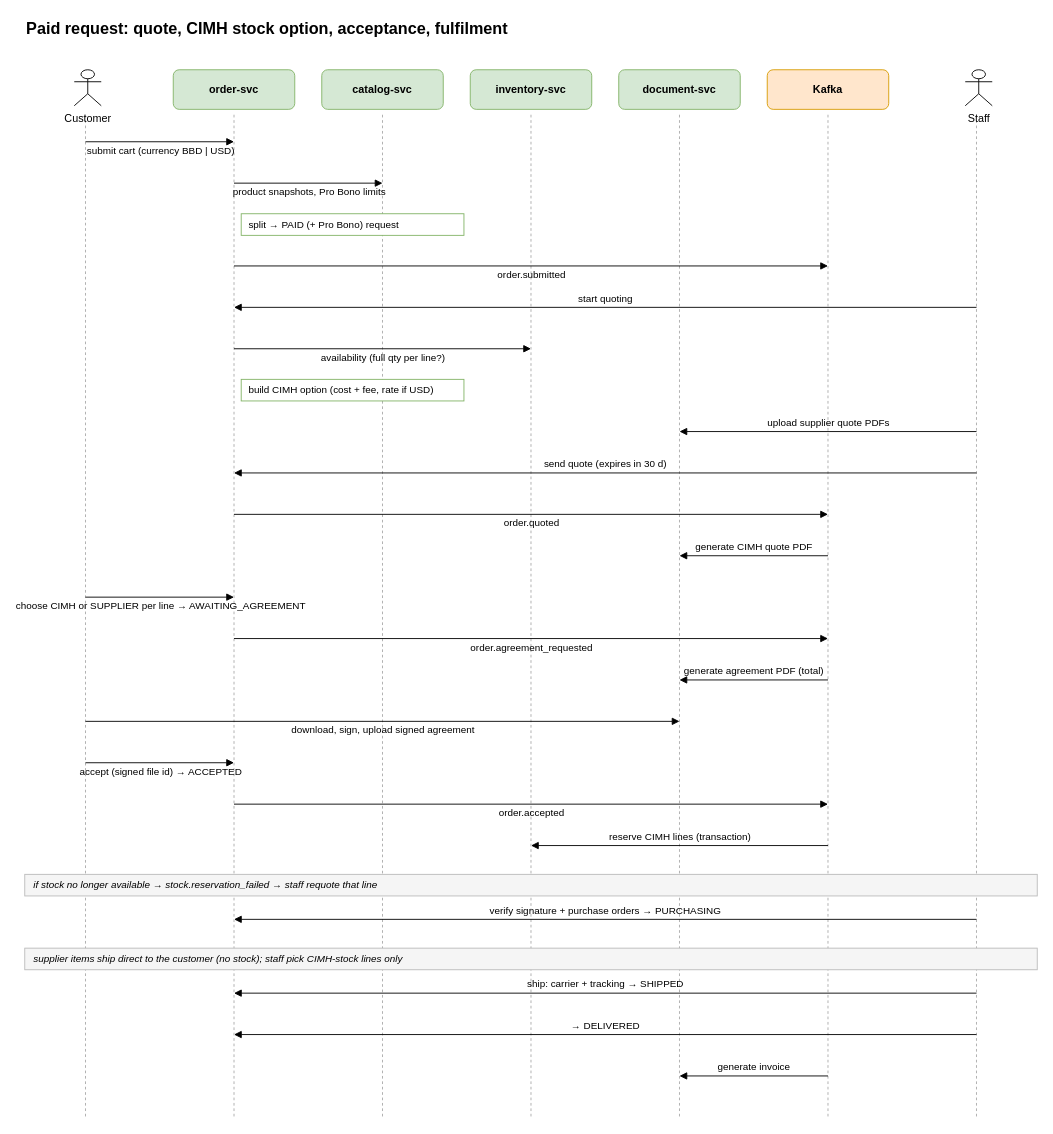
Before: docs/manual/diagrams/14-paid-request-flow.drawio in tajay59/SIA_v2, a draw.io diagram. Source tidied: cells renumbered, new cells numbered last; positions are measured from the earlier drawing's top-left corner, leaving out a move shared by most shapes. Both pictures are drawn from the tidied source at 90%, with x=0, y=0 at pixel (24, 15).
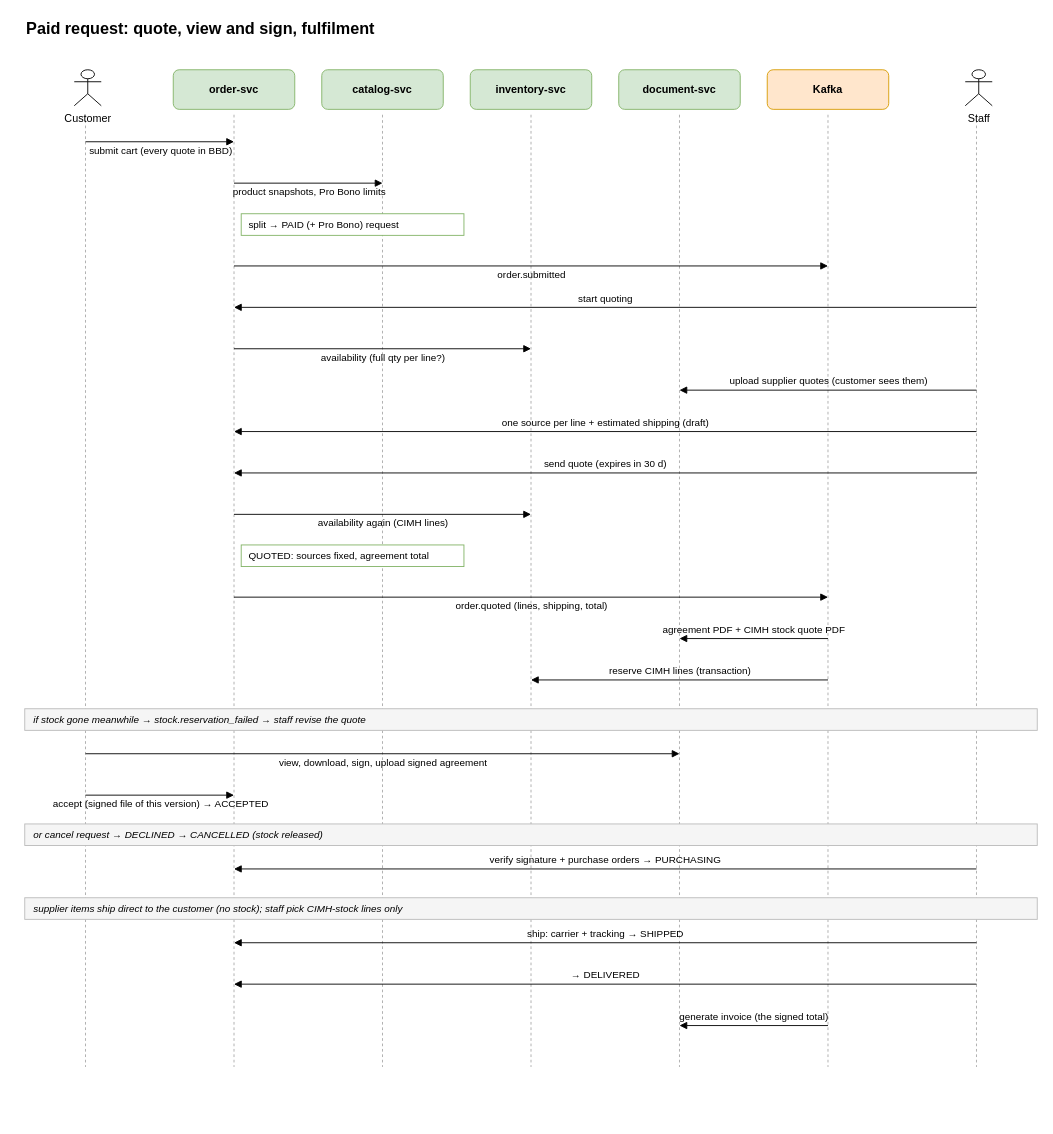
The same diagram, later.

Change to the diagram source:
```diff
@@
     <mxCell id="2" style="endArrow=none;dashed=1;html=1;strokeColor=#aaaaaa;" parent="1" edge="1">
       <mxGeometry relative="1" as="geometry">
         <mxPoint x="1057.5" y="110" as="sourcePoint" />
-        <mxPoint x="1057.5" y="1224" as="targetPoint" />
+        <mxPoint x="1057.5" y="1168" as="targetPoint" />
       </mxGeometry>
     </mxCell>
     <mxCell id="3" style="endArrow=none;dashed=1;html=1;strokeColor=#aaaaaa;" parent="1" edge="1">
       <mxGeometry relative="1" as="geometry">
         <mxPoint x="892.5" y="110" as="sourcePoint" />
-        <mxPoint x="892.5" y="1224" as="targetPoint" />
+        <mxPoint x="892.5" y="1168" as="targetPoint" />
       </mxGeometry>
     </mxCell>
     <mxCell id="4" style="endArrow=none;dashed=1;html=1;strokeColor=#aaaaaa;" parent="1" edge="1">
       <mxGeometry relative="1" as="geometry">
         <mxPoint x="727.5" y="110" as="sourcePoint" />
-        <mxPoint x="727.5" y="1224" as="targetPoint" />
+        <mxPoint x="727.5" y="1168" as="targetPoint" />
       </mxGeometry>
     </mxCell>
     <mxCell id="5" style="endArrow=none;dashed=1;html=1;strokeColor=#aaaaaa;" parent="1" edge="1">
       <mxGeometry relative="1" as="geometry">
         <mxPoint x="562.5" y="110" as="sourcePoint" />
-        <mxPoint x="562.5" y="1224" as="targetPoint" />
+        <mxPoint x="562.5" y="1168" as="targetPoint" />
       </mxGeometry>
     </mxCell>
     <mxCell id="6" style="endArrow=none;dashed=1;html=1;strokeColor=#aaaaaa;" parent="1" edge="1">
       <mxGeometry relative="1" as="geometry">
         <mxPoint x="397.5" y="110" as="sourcePoint" />
-        <mxPoint x="397.5" y="1224" as="targetPoint" />
+        <mxPoint x="397.5" y="1168" as="targetPoint" />
       </mxGeometry>
     </mxCell>
     <mxCell id="7" style="endArrow=none;dashed=1;html=1;strokeColor=#aaaaaa;" parent="1" edge="1">
       <mxGeometry relative="1" as="geometry">
         <mxPoint x="232.5" y="110" as="sourcePoint" />
-        <mxPoint x="232.5" y="1224" as="targetPoint" />
+        <mxPoint x="232.5" y="1168" as="targetPoint" />
       </mxGeometry>
     </mxCell>
     <mxCell id="8" style="endArrow=none;dashed=1;html=1;strokeColor=#aaaaaa;" parent="1" edge="1">
       <mxGeometry relative="1" as="geometry">
         <mxPoint x="67.5" y="110" as="sourcePoint" />
-        <mxPoint x="67.5" y="1224" as="targetPoint" />
+        <mxPoint x="67.5" y="1168" as="targetPoint" />
       </mxGeometry>
     </mxCell>
-    <mxCell id="9" value="Paid request: quote, CIMH stock option, acceptance, fulfilment" style="text;html=1;fontSize=18;fontStyle=1;align=left;verticalAlign=middle;" parent="1" vertex="1">
+    <mxCell id="9" value="Paid request: quote, view and sign, fulfilment" style="text;html=1;fontSize=18;fontStyle=1;align=left;verticalAlign=middle;" parent="1" vertex="1">
       <mxGeometry width="900" height="30" as="geometry" />
     </mxCell>
@@
-    <mxCell id="17" value="submit cart (currency BBD | USD)" style="edgeStyle=orthogonalEdgeStyle;rounded=1;html=1;endArrow=block;endFill=1;fontFamily=Helvetica;fontSize=12;fontSize=11;labelBackgroundColor=#ffffff;edgeStyle=none;labelBackgroundColor=none;" parent="1" edge="1">
+    <mxCell id="17" value="submit cart (every quote in BBD)" style="edgeStyle=orthogonalEdgeStyle;rounded=1;html=1;endArrow=block;endFill=1;fontFamily=Helvetica;fontSize=12;fontSize=11;labelBackgroundColor=#ffffff;edgeStyle=none;labelBackgroundColor=none;" parent="1" edge="1">
       <mxGeometry y="-10" relative="1" as="geometry">
         <mxPoint x="67.5" y="140" as="sourcePoint" />
         <mxPoint x="232.5" y="140" as="targetPoint" />
       </mxGeometry>
     </mxCell>
@@
-    <mxCell id="23" value="build CIMH option (cost + fee, rate if USD)" style="rounded=0;html=1;fillColor=#ffffff;strokeColor=#82b366;align=left;spacingLeft=6;fontFamily=Helvetica;fontSize=12;fontSize=11;" parent="1" vertex="1">
-      <mxGeometry x="240.5" y="404" width="247.5" height="24" as="geometry" />
+    <mxCell id="23" value="upload supplier quotes (customer sees them)" style="edgeStyle=orthogonalEdgeStyle;rounded=1;html=1;endArrow=block;endFill=1;fontFamily=Helvetica;fontSize=12;fontSize=11;labelBackgroundColor=#ffffff;edgeStyle=none;labelBackgroundColor=none;" parent="1" edge="1">
+      <mxGeometry y="-10" relative="1" as="geometry">
+        <mxPoint x="1057.5" y="416" as="sourcePoint" />
+        <mxPoint x="727.5" y="416" as="targetPoint" />
+      </mxGeometry>
     </mxCell>
-    <mxCell id="24" value="upload supplier quote PDFs" style="edgeStyle=orthogonalEdgeStyle;rounded=1;html=1;endArrow=block;endFill=1;fontFamily=Helvetica;fontSize=12;fontSize=11;labelBackgroundColor=#ffffff;edgeStyle=none;labelBackgroundColor=none;" parent="1" edge="1">
+    <mxCell id="24" value="one source per line + estimated shipping (draft)" style="edgeStyle=orthogonalEdgeStyle;rounded=1;html=1;endArrow=block;endFill=1;fontFamily=Helvetica;fontSize=12;fontSize=11;labelBackgroundColor=#ffffff;edgeStyle=none;labelBackgroundColor=none;" parent="1" edge="1">
       <mxGeometry y="-10" relative="1" as="geometry">
         <mxPoint x="1057.5" y="462" as="sourcePoint" />
-        <mxPoint x="727.5" y="462" as="targetPoint" />
+        <mxPoint x="232.5" y="462" as="targetPoint" />
       </mxGeometry>
     </mxCell>
@@
-    <mxCell id="26" value="order.quoted" style="edgeStyle=orthogonalEdgeStyle;rounded=1;html=1;endArrow=block;endFill=1;fontFamily=Helvetica;fontSize=12;fontSize=11;labelBackgroundColor=#ffffff;edgeStyle=none;labelBackgroundColor=none;" parent="1" edge="1">
+    <mxCell id="26" value="availability again (CIMH lines)" style="edgeStyle=orthogonalEdgeStyle;rounded=1;html=1;endArrow=block;endFill=1;fontFamily=Helvetica;fontSize=12;fontSize=11;labelBackgroundColor=#ffffff;edgeStyle=none;labelBackgroundColor=none;" parent="1" edge="1">
       <mxGeometry y="-10" relative="1" as="geometry">
         <mxPoint x="232.5" y="554" as="sourcePoint" />
-        <mxPoint x="892.5" y="554" as="targetPoint" />
+        <mxPoint x="562.5" y="554" as="targetPoint" />
       </mxGeometry>
     </mxCell>
-    <mxCell id="27" value="generate CIMH quote PDF" style="edgeStyle=orthogonalEdgeStyle;rounded=1;html=1;endArrow=block;endFill=1;fontFamily=Helvetica;fontSize=12;fontSize=11;labelBackgroundColor=#ffffff;edgeStyle=none;labelBackgroundColor=none;" parent="1" edge="1">
-      <mxGeometry y="-10" relative="1" as="geometry">
-        <mxPoint x="892.5" y="600" as="sourcePoint" />
-        <mxPoint x="727.5" y="600" as="targetPoint" />
-      </mxGeometry>
+    <mxCell id="27" value="QUOTED: sources fixed, agreement total" style="rounded=0;html=1;fillColor=#ffffff;strokeColor=#82b366;align=left;spacingLeft=6;fontFamily=Helvetica;fontSize=12;fontSize=11;" parent="1" vertex="1">
+      <mxGeometry x="240.5" y="588" width="247.5" height="24" as="geometry" />
     </mxCell>
-    <mxCell id="28" value="choose CIMH or SUPPLIER per line → AWAITING_AGREEMENT" style="edgeStyle=orthogonalEdgeStyle;rounded=1;html=1;endArrow=block;endFill=1;fontFamily=Helvetica;fontSize=12;fontSize=11;labelBackgroundColor=#ffffff;edgeStyle=none;labelBackgroundColor=none;" parent="1" edge="1">
+    <mxCell id="28" value="order.quoted (lines, shipping, total)" style="edgeStyle=orthogonalEdgeStyle;rounded=1;html=1;endArrow=block;endFill=1;fontFamily=Helvetica;fontSize=12;fontSize=11;labelBackgroundColor=#ffffff;edgeStyle=none;labelBackgroundColor=none;" parent="1" edge="1">
       <mxGeometry y="-10" relative="1" as="geometry">
-        <mxPoint x="67.5" y="646" as="sourcePoint" />
-        <mxPoint x="232.5" y="646" as="targetPoint" />
+        <mxPoint x="232.5" y="646" as="sourcePoint" />
+        <mxPoint x="892.5" y="646" as="targetPoint" />
       </mxGeometry>
     </mxCell>
-    <mxCell id="29" value="order.agreement_requested" style="edgeStyle=orthogonalEdgeStyle;rounded=1;html=1;endArrow=block;endFill=1;fontFamily=Helvetica;fontSize=12;fontSize=11;labelBackgroundColor=#ffffff;edgeStyle=none;labelBackgroundColor=none;" parent="1" edge="1">
+    <mxCell id="29" value="agreement PDF + CIMH stock quote PDF" style="edgeStyle=orthogonalEdgeStyle;rounded=1;html=1;endArrow=block;endFill=1;fontFamily=Helvetica;fontSize=12;fontSize=11;labelBackgroundColor=#ffffff;edgeStyle=none;labelBackgroundColor=none;" parent="1" edge="1">
       <mxGeometry y="-10" relative="1" as="geometry">
-        <mxPoint x="232.5" y="692" as="sourcePoint" />
-        <mxPoint x="892.5" y="692" as="targetPoint" />
+        <mxPoint x="892.5" y="692" as="sourcePoint" />
+        <mxPoint x="727.5" y="692" as="targetPoint" />
       </mxGeometry>
     </mxCell>
-    <mxCell id="30" value="generate agreement PDF (total)" style="edgeStyle=orthogonalEdgeStyle;rounded=1;html=1;endArrow=block;endFill=1;fontFamily=Helvetica;fontSize=12;fontSize=11;labelBackgroundColor=#ffffff;edgeStyle=none;labelBackgroundColor=none;" parent="1" edge="1">
+    <mxCell id="30" value="reserve CIMH lines (transaction)" style="edgeStyle=orthogonalEdgeStyle;rounded=1;html=1;endArrow=block;endFill=1;fontFamily=Helvetica;fontSize=12;fontSize=11;labelBackgroundColor=#ffffff;edgeStyle=none;labelBackgroundColor=none;" parent="1" edge="1">
       <mxGeometry y="-10" relative="1" as="geometry">
         <mxPoint x="892.5" y="738" as="sourcePoint" />
-        <mxPoint x="727.5" y="738" as="targetPoint" />
+        <mxPoint x="562.5" y="738" as="targetPoint" />
       </mxGeometry>
     </mxCell>
-    <mxCell id="31" value="download, sign, upload signed agreement" style="edgeStyle=orthogonalEdgeStyle;rounded=1;html=1;endArrow=block;endFill=1;fontFamily=Helvetica;fontSize=12;fontSize=11;labelBackgroundColor=#ffffff;edgeStyle=none;labelBackgroundColor=none;" parent="1" edge="1">
-      <mxGeometry y="-10" relative="1" as="geometry">
-        <mxPoint x="67.5" y="784" as="sourcePoint" />
-        <mxPoint x="727.5" y="784" as="targetPoint" />
-      </mxGeometry>
+    <mxCell id="31" value="if stock gone meanwhile → stock.reservation_failed → staff revise the quote" style="rounded=0;html=1;fillColor=#f5f5f5;strokeColor=#bbbbbb;fontStyle=2;align=left;spacingLeft=8;fontFamily=Helvetica;fontSize=12;fontSize=11;" parent="1" vertex="1">
+      <mxGeometry y="770" width="1125" height="24" as="geometry" />
     </mxCell>
-    <mxCell id="32" value="accept (signed file id) → ACCEPTED" style="edgeStyle=orthogonalEdgeStyle;rounded=1;html=1;endArrow=block;endFill=1;fontFamily=Helvetica;fontSize=12;fontSize=11;labelBackgroundColor=#ffffff;edgeStyle=none;labelBackgroundColor=none;" parent="1" edge="1">
+    <mxCell id="32" value="view, download, sign, upload signed agreement" style="edgeStyle=orthogonalEdgeStyle;rounded=1;html=1;endArrow=block;endFill=1;fontFamily=Helvetica;fontSize=12;fontSize=11;labelBackgroundColor=#ffffff;edgeStyle=none;labelBackgroundColor=none;" parent="1" edge="1">
       <mxGeometry y="-10" relative="1" as="geometry">
-        <mxPoint x="67.5" y="830" as="sourcePoint" />
-        <mxPoint x="232.5" y="830" as="targetPoint" />
+        <mxPoint x="67.5" y="820" as="sourcePoint" />
+        <mxPoint x="727.5" y="820" as="targetPoint" />
       </mxGeometry>
     </mxCell>
-    <mxCell id="33" value="order.accepted" style="edgeStyle=orthogonalEdgeStyle;rounded=1;html=1;endArrow=block;endFill=1;fontFamily=Helvetica;fontSize=12;fontSize=11;labelBackgroundColor=#ffffff;edgeStyle=none;labelBackgroundColor=none;" parent="1" edge="1">
+    <mxCell id="33" value="accept (signed file of this version) → ACCEPTED" style="edgeStyle=orthogonalEdgeStyle;rounded=1;html=1;endArrow=block;endFill=1;fontFamily=Helvetica;fontSize=12;fontSize=11;labelBackgroundColor=#ffffff;edgeStyle=none;labelBackgroundColor=none;" parent="1" edge="1">
       <mxGeometry y="-10" relative="1" as="geometry">
-        <mxPoint x="232.5" y="876" as="sourcePoint" />
-        <mxPoint x="892.5" y="876" as="targetPoint" />
+        <mxPoint x="67.5" y="866" as="sourcePoint" />
+        <mxPoint x="232.5" y="866" as="targetPoint" />
       </mxGeometry>
     </mxCell>
-    <mxCell id="34" value="reserve CIMH lines (transaction)" style="edgeStyle=orthogonalEdgeStyle;rounded=1;html=1;endArrow=block;endFill=1;fontFamily=Helvetica;fontSize=12;fontSize=11;labelBackgroundColor=#ffffff;edgeStyle=none;labelBackgroundColor=none;" parent="1" edge="1">
-      <mxGeometry y="-10" relative="1" as="geometry">
-        <mxPoint x="892.5" y="922" as="sourcePoint" />
-        <mxPoint x="562.5" y="922" as="targetPoint" />
-      </mxGeometry>
+    <mxCell id="34" value="or cancel request → DECLINED → CANCELLED (stock released)" style="rounded=0;html=1;fillColor=#f5f5f5;strokeColor=#bbbbbb;fontStyle=2;align=left;spacingLeft=8;fontFamily=Helvetica;fontSize=12;fontSize=11;" parent="1" vertex="1">
+      <mxGeometry y="898" width="1125" height="24" as="geometry" />
     </mxCell>
-    <mxCell id="35" value="if stock no longer available → stock.reservation_failed → staff requote that line" style="rounded=0;html=1;fillColor=#f5f5f5;strokeColor=#bbbbbb;fontStyle=2;align=left;spacingLeft=8;fontFamily=Helvetica;fontSize=12;fontSize=11;" parent="1" vertex="1">
-      <mxGeometry y="954" width="1125" height="24" as="geometry" />
+    <mxCell id="35" value="verify signature + purchase orders → PURCHASING" style="edgeStyle=orthogonalEdgeStyle;rounded=1;html=1;endArrow=block;endFill=1;fontFamily=Helvetica;fontSize=12;fontSize=11;labelBackgroundColor=#ffffff;edgeStyle=none;labelBackgroundColor=none;" parent="1" edge="1">
+      <mxGeometry y="-10" relative="1" as="geometry">
+        <mxPoint x="1057.5" y="948" as="sourcePoint" />
+        <mxPoint x="232.5" y="948" as="targetPoint" />
+      </mxGeometry>
     </mxCell>
-    <mxCell id="36" value="verify signature + purchase orders → PURCHASING" style="edgeStyle=orthogonalEdgeStyle;rounded=1;html=1;endArrow=block;endFill=1;fontFamily=Helvetica;fontSize=12;fontSize=11;labelBackgroundColor=#ffffff;edgeStyle=none;labelBackgroundColor=none;" parent="1" edge="1">
-      <mxGeometry y="-10" relative="1" as="geometry">
-        <mxPoint x="1057.5" y="1004" as="sourcePoint" />
-        <mxPoint x="232.5" y="1004" as="targetPoint" />
-      </mxGeometry>
+    <mxCell id="36" value="supplier items ship direct to the customer (no stock); staff pick CIMH-stock lines only" style="rounded=0;html=1;fillColor=#f5f5f5;strokeColor=#bbbbbb;fontStyle=2;align=left;spacingLeft=8;fontFamily=Helvetica;fontSize=12;fontSize=11;" parent="1" vertex="1">
+      <mxGeometry y="980" width="1125" height="24" as="geometry" />
     </mxCell>
-    <mxCell id="37" value="supplier items ship direct to the customer (no stock); staff pick CIMH-stock lines only" style="rounded=0;html=1;fillColor=#f5f5f5;strokeColor=#bbbbbb;fontStyle=2;align=left;spacingLeft=8;fontFamily=Helvetica;fontSize=12;fontSize=11;" parent="1" vertex="1">
-      <mxGeometry y="1036" width="1125" height="24" as="geometry" />
+    <mxCell id="37" value="ship: carrier + tracking → SHIPPED" style="edgeStyle=orthogonalEdgeStyle;rounded=1;html=1;endArrow=block;endFill=1;fontFamily=Helvetica;fontSize=12;fontSize=11;labelBackgroundColor=#ffffff;edgeStyle=none;labelBackgroundColor=none;" parent="1" edge="1">
+      <mxGeometry y="-10" relative="1" as="geometry">
+        <mxPoint x="1057.5" y="1030" as="sourcePoint" />
+        <mxPoint x="232.5" y="1030" as="targetPoint" />
+      </mxGeometry>
     </mxCell>
-    <mxCell id="38" value="ship: carrier + tracking → SHIPPED" style="edgeStyle=orthogonalEdgeStyle;rounded=1;html=1;endArrow=block;endFill=1;fontFamily=Helvetica;fontSize=12;fontSize=11;labelBackgroundColor=#ffffff;edgeStyle=none;labelBackgroundColor=none;" parent="1" edge="1">
+    <mxCell id="38" value="→ DELIVERED" style="edgeStyle=orthogonalEdgeStyle;rounded=1;html=1;endArrow=block;endFill=1;fontFamily=Helvetica;fontSize=12;fontSize=11;labelBackgroundColor=#ffffff;edgeStyle=none;labelBackgroundColor=none;" parent="1" edge="1">
       <mxGeometry y="-10" relative="1" as="geometry">
-        <mxPoint x="1057.5" y="1086" as="sourcePoint" />
-        <mxPoint x="232.5" y="1086" as="targetPoint" />
+        <mxPoint x="1057.5" y="1076" as="sourcePoint" />
+        <mxPoint x="232.5" y="1076" as="targetPoint" />
       </mxGeometry>
     </mxCell>
-    <mxCell id="39" value="→ DELIVERED" style="edgeStyle=orthogonalEdgeStyle;rounded=1;html=1;endArrow=block;endFill=1;fontFamily=Helvetica;fontSize=12;fontSize=11;labelBackgroundColor=#ffffff;edgeStyle=none;labelBackgroundColor=none;" parent="1" edge="1">
+    <mxCell id="39" value="generate invoice (the signed total)" style="edgeStyle=orthogonalEdgeStyle;rounded=1;html=1;endArrow=block;endFill=1;fontFamily=Helvetica;fontSize=12;fontSize=11;labelBackgroundColor=#ffffff;edgeStyle=none;labelBackgroundColor=none;" parent="1" edge="1">
       <mxGeometry y="-10" relative="1" as="geometry">
-        <mxPoint x="1057.5" y="1132" as="sourcePoint" />
-        <mxPoint x="232.5" y="1132" as="targetPoint" />
+        <mxPoint x="892.5" y="1122" as="sourcePoint" />
+        <mxPoint x="727.5" y="1122" as="targetPoint" />
       </mxGeometry>
     </mxCell>
-    <mxCell id="40" value="generate invoice" style="edgeStyle=orthogonalEdgeStyle;rounded=1;html=1;endArrow=block;endFill=1;fontFamily=Helvetica;fontSize=12;fontSize=11;labelBackgroundColor=#ffffff;edgeStyle=none;labelBackgroundColor=none;" parent="1" edge="1">
-      <mxGeometry y="-10" relative="1" as="geometry">
-        <mxPoint x="892.5" y="1178" as="sourcePoint" />
-        <mxPoint x="727.5" y="1178" as="targetPoint" />
-      </mxGeometry>
-    </mxCell>
```
